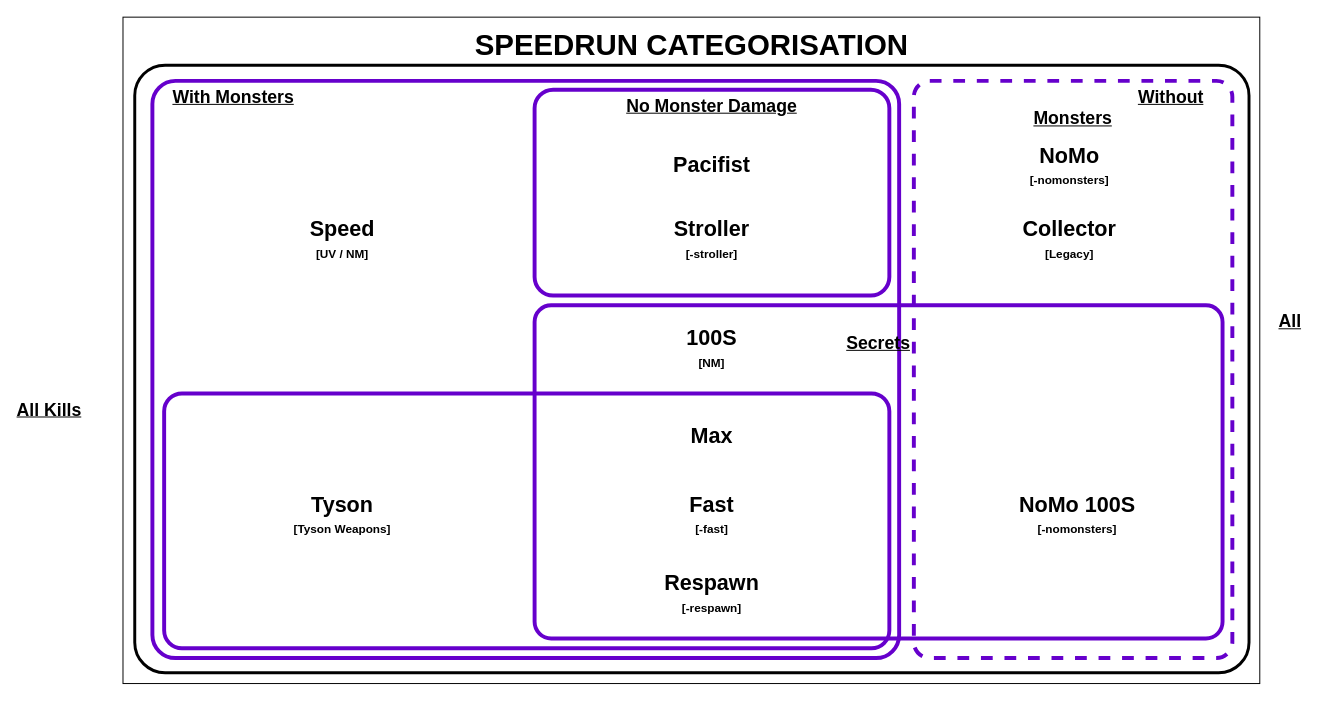
Earlier version of the draw.io diagram Speedrun_Categorisation_Venn-Diagram.drawio (danieltanner44/Doom-Miscellaneous). Source tidied: cells renumbered, new cells numbered last; positions are measured from the earlier drawing's top-left corner, leaving out a move shared by most shapes. Both pictures are drawn from the tidied source at 98%, with x=0, y=0 at pixel (122, 17).
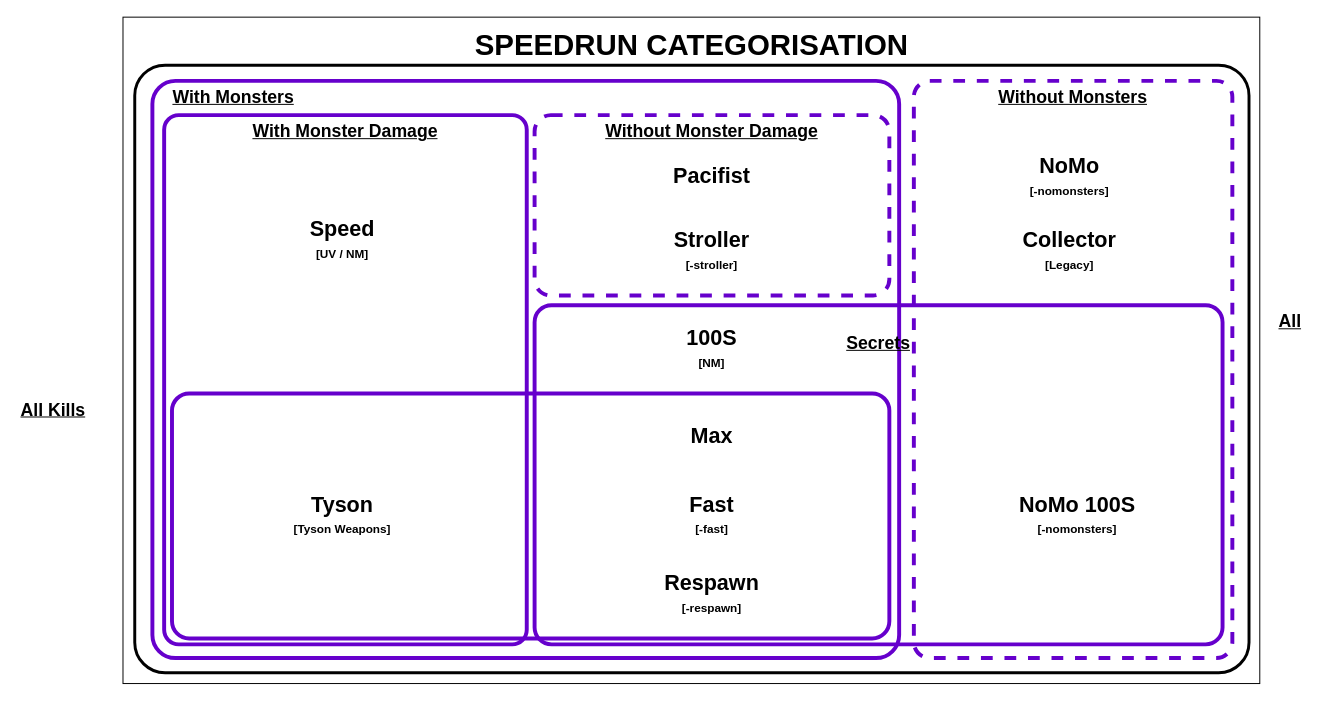
Above is the later version.

Change to the diagram source:
```diff
@@
-    <mxCell id="5" value="&lt;b&gt;&lt;u&gt;&lt;font style=&quot;font-size: 18px;&quot;&gt;&lt;span style=&quot;white-space: pre;&quot;&gt;&#9;&lt;/span&gt;&lt;span style=&quot;white-space: pre;&quot;&gt;&#9;&lt;/span&gt;&lt;span style=&quot;white-space: pre;&quot;&gt;&#9;&lt;/span&gt;&lt;span style=&quot;white-space: pre;&quot;&gt;&#9;&lt;/span&gt;&lt;span style=&quot;white-space: pre;&quot;&gt;&#9;&lt;/span&gt;Without Monsters&lt;/font&gt;&lt;/u&gt;&lt;/b&gt;" style="rounded=1;whiteSpace=wrap;html=1;roundedPerimeter=1;fillColor=none;strokeColor=light-dark(#6600CC,#6600CC);strokeWidth=4;fontColor=light-dark(#000000,#6600CC);labelPosition=center;verticalLabelPosition=middle;align=center;verticalAlign=top;arcSize=5;dashed=1;" parent="1" vertex="1">
+    <mxCell id="5" value="&lt;b&gt;&lt;u&gt;&lt;font style=&quot;font-size: 18px;&quot;&gt;Without Monsters&lt;/font&gt;&lt;/u&gt;&lt;/b&gt;" style="rounded=1;whiteSpace=wrap;html=1;roundedPerimeter=1;fillColor=none;strokeColor=light-dark(#6600CC,#6600CC);strokeWidth=4;fontColor=light-dark(#000000,#6600CC);labelPosition=center;verticalLabelPosition=middle;align=center;verticalAlign=top;arcSize=5;dashed=1;" parent="1" vertex="1">
       <mxGeometry x="807" y="65" width="325" height="589" as="geometry" />
     </mxCell>
-    <mxCell id="6" value="&lt;b&gt;&lt;u&gt;&lt;font style=&quot;font-size: 18px;&quot;&gt;No Monster Damage&lt;/font&gt;&lt;/u&gt;&lt;/b&gt;" style="rounded=1;whiteSpace=wrap;html=1;roundedPerimeter=1;fillColor=none;strokeColor=light-dark(#6600CC,#CC6600);strokeWidth=4;fontColor=light-dark(#000000,#CC6600);labelPosition=center;verticalLabelPosition=middle;align=center;verticalAlign=top;arcSize=9;" parent="1" vertex="1">
-      <mxGeometry x="420" y="74" width="362" height="210" as="geometry" />
+    <mxCell id="6" value="&lt;b&gt;&lt;u&gt;&lt;font style=&quot;font-size: 18px;&quot;&gt;Without Monster Damage&lt;/font&gt;&lt;/u&gt;&lt;/b&gt;" style="rounded=1;whiteSpace=wrap;html=1;roundedPerimeter=1;fillColor=none;strokeColor=light-dark(#6600CC,#CC6600);strokeWidth=4;fontColor=light-dark(#000000,#CC6600);labelPosition=center;verticalLabelPosition=middle;align=center;verticalAlign=top;arcSize=9;dashed=1;" parent="1" vertex="1">
+      <mxGeometry x="420" y="100" width="362" height="184" as="geometry" />
     </mxCell>
     <mxCell id="7" value="&lt;b&gt;&lt;u&gt;&lt;font style=&quot;font-size: 18px;&quot;&gt;All Kills&lt;span style=&quot;white-space: pre;&quot;&gt;&#9;&lt;/span&gt;&lt;span style=&quot;white-space: pre;&quot;&gt;&#9;&lt;/span&gt;&lt;span style=&quot;white-space: pre;&quot;&gt;&#9;&lt;/span&gt;&lt;span style=&quot;white-space: pre;&quot;&gt;&#9;&lt;/span&gt;&lt;span style=&quot;white-space: pre;&quot;&gt;&#9;&lt;/span&gt;&lt;span style=&quot;white-space: pre;&quot;&gt;&#9;&lt;/span&gt;&lt;span style=&quot;white-space: pre;&quot;&gt;&#9;&lt;/span&gt;&lt;span style=&quot;white-space: pre;&quot;&gt;&#9;&lt;/span&gt;&lt;span style=&quot;white-space: pre;&quot;&gt;&#9;&lt;/span&gt;&lt;span style=&quot;white-space: pre;&quot;&gt;&#9;&lt;/span&gt;&lt;span style=&quot;white-space: pre;&quot;&gt;&#9;&lt;/span&gt;&lt;span style=&quot;white-space: pre;&quot;&gt;&#9;&lt;/span&gt;&lt;span style=&quot;white-space: pre;&quot;&gt;&#9;&lt;/span&gt;&lt;span style=&quot;white-space: pre;&quot;&gt;&#9;&lt;/span&gt;&lt;span style=&quot;white-space: pre;&quot;&gt;&#9;&lt;/span&gt;&lt;span style=&quot;white-space: pre;&quot;&gt;&#9;&lt;/span&gt;&lt;span style=&quot;white-space: pre;&quot;&gt;&#9;&lt;/span&gt;&lt;span style=&quot;white-space: pre;&quot;&gt;&#9;&lt;/span&gt;&lt;span style=&quot;white-space: pre;&quot;&gt;&#9;&lt;/span&gt;&lt;span style=&quot;white-space: pre;&quot;&gt;&#9;&lt;/span&gt;&lt;span style=&quot;white-space: pre;&quot;&gt;&#9;&lt;/span&gt;&lt;span style=&quot;white-space: pre;&quot;&gt;&#9;&lt;/span&gt;&lt;span style=&quot;white-space: pre;&quot;&gt;&#9;&lt;/span&gt;&lt;span style=&quot;white-space: pre;&quot;&gt;&#9;&lt;/span&gt;&lt;span style=&quot;white-space: pre;&quot;&gt;&#9;&lt;/span&gt;&lt;/font&gt;&lt;/u&gt;&lt;/b&gt;" style="rounded=1;whiteSpace=wrap;html=1;roundedPerimeter=1;fillColor=none;strokeColor=light-dark(#6600CC,#CC0000);strokeWidth=4;fontColor=light-dark(#000000,#CC0000);labelPosition=center;verticalLabelPosition=middle;align=center;verticalAlign=top;arcSize=7;" parent="1" vertex="1">
-      <mxGeometry x="42" y="384" width="740" height="260" as="geometry" />
+      <mxGeometry x="50" y="384" width="732" height="250" as="geometry" />
     </mxCell>
     <mxCell id="8" value="&lt;b&gt;&lt;u style=&quot;color: light-dark(rgb(0, 0, 0), rgb(0, 153, 0));&quot;&gt;&lt;font style=&quot;font-size: 18px;&quot;&gt;&lt;span style=&quot;white-space: pre;&quot;&gt;&#9;&lt;/span&gt;&lt;span style=&quot;white-space: pre;&quot;&gt;&#9;&lt;/span&gt;&lt;span style=&quot;white-space: pre;&quot;&gt;&#9;&lt;/span&gt;&lt;span style=&quot;white-space: pre;&quot;&gt;&#9;&lt;/span&gt;&lt;span style=&quot;white-space: pre;&quot;&gt;&#9;&lt;/span&gt;&lt;span style=&quot;white-space: pre;&quot;&gt;&#9;&lt;/span&gt;&lt;span style=&quot;white-space: pre;&quot;&gt;&#9;&lt;/span&gt;&lt;span style=&quot;white-space: pre;&quot;&gt;&#9;&lt;/span&gt;&lt;span style=&quot;white-space: pre;&quot;&gt;&#9;&lt;/span&gt;&lt;span style=&quot;white-space: pre;&quot;&gt;&#9;&lt;/span&gt;&lt;span style=&quot;white-space: pre;&quot;&gt;&#9;&lt;/span&gt;&lt;span style=&quot;white-space: pre;&quot;&gt;&#9;&lt;/span&gt;&lt;span style=&quot;white-space: pre;&quot;&gt;&#9;&lt;/span&gt;&lt;span style=&quot;white-space: pre;&quot;&gt;&#9;&lt;/span&gt;&lt;span style=&quot;white-space: pre;&quot;&gt;&#9;&lt;/span&gt;&lt;span style=&quot;white-space: pre;&quot;&gt;&#9;&lt;/span&gt;&lt;span style=&quot;white-space: pre;&quot;&gt;&#9;&lt;/span&gt;&lt;span style=&quot;white-space: pre;&quot;&gt;&#9;&lt;/span&gt;&lt;span style=&quot;white-space: pre;&quot;&gt;&#9;&lt;/span&gt;&lt;span style=&quot;white-space: pre;&quot;&gt;&#9;&lt;span style=&quot;white-space: pre;&quot;&gt;&#9;&lt;/span&gt;&lt;/span&gt;All Secrets&lt;/font&gt;&lt;/u&gt;&lt;/b&gt;" style="rounded=1;whiteSpace=wrap;html=1;roundedPerimeter=1;fillColor=none;strokeColor=light-dark(#6600CC,#009900);strokeWidth=4;fontColor=light-dark(#000000,#CC0000);labelPosition=center;verticalLabelPosition=middle;align=center;verticalAlign=top;arcSize=5;" parent="1" vertex="1">
-      <mxGeometry x="420" y="294" width="702" height="340" as="geometry" />
+      <mxGeometry x="420" y="294" width="702" height="346" as="geometry" />
     </mxCell>
@@
     <mxCell id="11" value="&lt;b&gt;&lt;font style=&quot;font-size: 22px;&quot;&gt;Pacifist&lt;/font&gt;&lt;/b&gt;" style="verticalLabelPosition=middle;verticalAlign=middle;html=1;shape=mxgraph.basic.diag_round_rect;dx=6;whiteSpace=wrap;fillColor=light-dark(#FFFFFF,#000066);labelPosition=center;align=center;fontSize=18;strokeColor=none;" parent="1" vertex="1">
-      <mxGeometry x="501" y="121.5" width="200" height="60" as="geometry" />
+      <mxGeometry x="501" y="132.5" width="200" height="60" as="geometry" />
     </mxCell>
     <mxCell id="12" value="&lt;b&gt;&lt;font style=&quot;font-size: 22px;&quot;&gt;Stroller&lt;/font&gt;&lt;/b&gt;&lt;div&gt;&lt;b&gt;&lt;font style=&quot;font-size: 12px;&quot;&gt;[-stroller]&lt;/font&gt;&lt;/b&gt;&lt;/div&gt;" style="verticalLabelPosition=middle;verticalAlign=middle;html=1;shape=mxgraph.basic.diag_round_rect;dx=6;whiteSpace=wrap;fillColor=light-dark(#FFFFFF,#000066);labelPosition=center;align=center;fontSize=18;strokeColor=none;" parent="1" vertex="1">
-      <mxGeometry x="501" y="196.5" width="200" height="60" as="geometry" />
+      <mxGeometry x="501" y="207.5" width="200" height="60" as="geometry" />
     </mxCell>
     <mxCell id="13" value="&lt;b&gt;&lt;font style=&quot;font-size: 22px;&quot;&gt;NoMo&lt;/font&gt;&lt;/b&gt;&lt;div&gt;&lt;b&gt;&lt;font style=&quot;font-size: 12px;&quot;&gt;[-nomonsters]&lt;/font&gt;&lt;/b&gt;&lt;/div&gt;" style="verticalLabelPosition=middle;verticalAlign=middle;html=1;shape=mxgraph.basic.diag_round_rect;dx=6;whiteSpace=wrap;fillColor=light-dark(#FFFFFF,#000066);labelPosition=center;align=center;fontSize=18;strokeColor=none;" parent="1" vertex="1">
-      <mxGeometry x="866" y="121.5" width="200" height="60" as="geometry" />
+      <mxGeometry x="866" y="132.5" width="200" height="60" as="geometry" />
     </mxCell>
     <mxCell id="14" value="&lt;b&gt;&lt;font style=&quot;font-size: 22px;&quot;&gt;Collector&lt;/font&gt;&lt;/b&gt;&lt;div&gt;&lt;b&gt;&lt;font style=&quot;font-size: 12px;&quot;&gt;[Legacy]&lt;/font&gt;&lt;/b&gt;&lt;/div&gt;" style="verticalLabelPosition=middle;verticalAlign=middle;html=1;shape=mxgraph.basic.diag_round_rect;dx=6;whiteSpace=wrap;fillColor=light-dark(#FFFFFF,#000066);labelPosition=center;align=center;fontSize=18;strokeColor=none;" parent="1" vertex="1">
-      <mxGeometry x="866" y="196.5" width="200" height="60" as="geometry" />
+      <mxGeometry x="866" y="207.5" width="200" height="60" as="geometry" />
     </mxCell>
@@
+    <mxCell id="20" value="&lt;b&gt;&lt;u&gt;&lt;font style=&quot;font-size: 18px;&quot;&gt;With Monster Damage&lt;/font&gt;&lt;/u&gt;&lt;/b&gt;" style="rounded=1;whiteSpace=wrap;html=1;roundedPerimeter=1;fillColor=none;strokeColor=light-dark(#6600CC,#CC6600);strokeWidth=4;fontColor=light-dark(#000000,#CC6600);labelPosition=center;verticalLabelPosition=middle;align=center;verticalAlign=top;arcSize=4;" parent="1" vertex="1">
+      <mxGeometry x="42" y="100" width="370" height="540" as="geometry" />
+    </mxCell>
```
